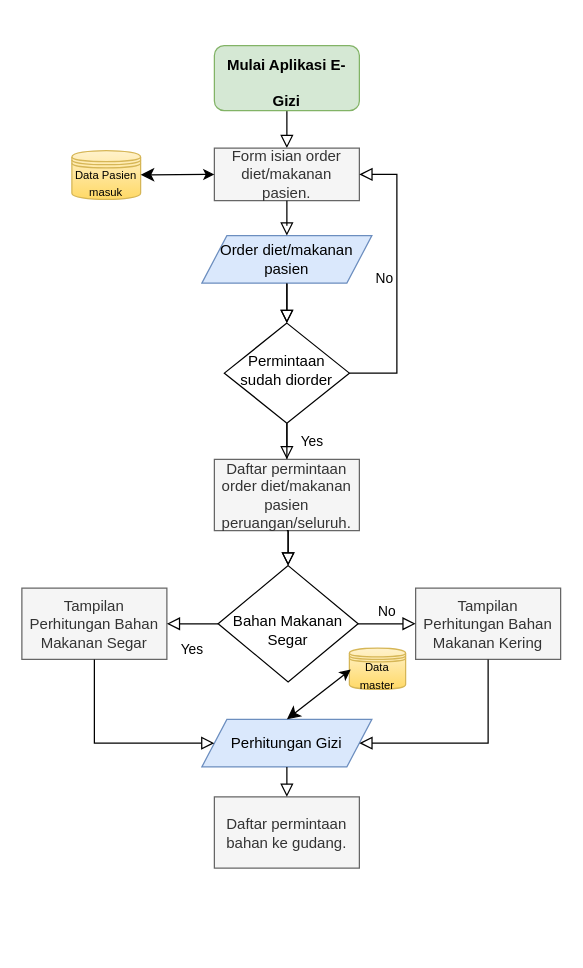
The draw.io diagram Untitled Diagram.drawio in YogaAPSY/blog, before the edit. Source tidied: cells renumbered, new cells numbered last; positions are measured from the earlier drawing's top-left corner, leaving out a move shared by most shapes. Both pictures are drawn from the tidied source at 125%, with x=0, y=0 at pixel (21, 45).
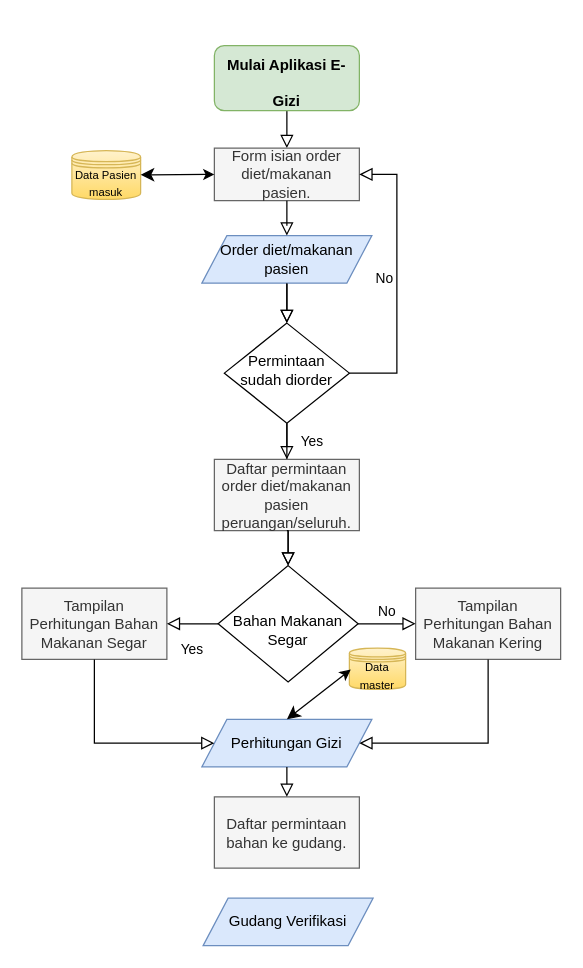
Above is the later version.

Change to the diagram source:
```diff
@@
+    <mxCell id="29" value="Gudang Verifikasi" style="shape=parallelogram;perimeter=parallelogramPerimeter;whiteSpace=wrap;html=1;fixedSize=1;fontSize=12;fillColor=#dae8fc;strokeColor=#6c8ebf;" parent="1" vertex="1">
+      <mxGeometry x="145" y="682" width="136" height="38" as="geometry" />
+    </mxCell>
```
